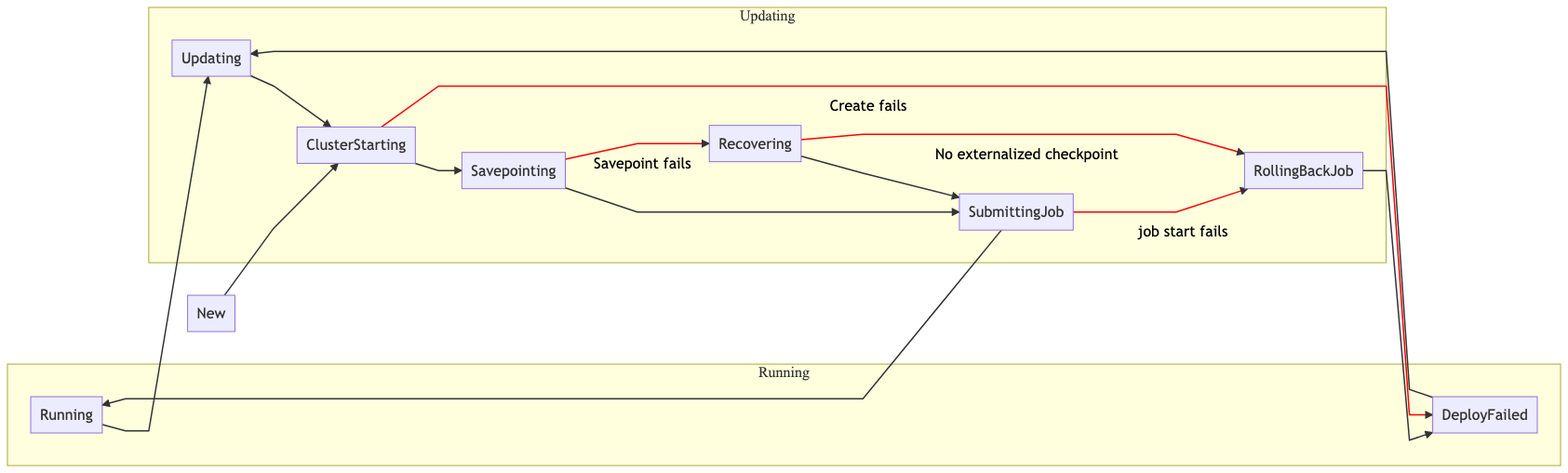
Earlier version of the Mermaid export docs/state_machine.png (lyft/flinkk8soperator). Its source is kept beside it as docs/state_machine.mmd.
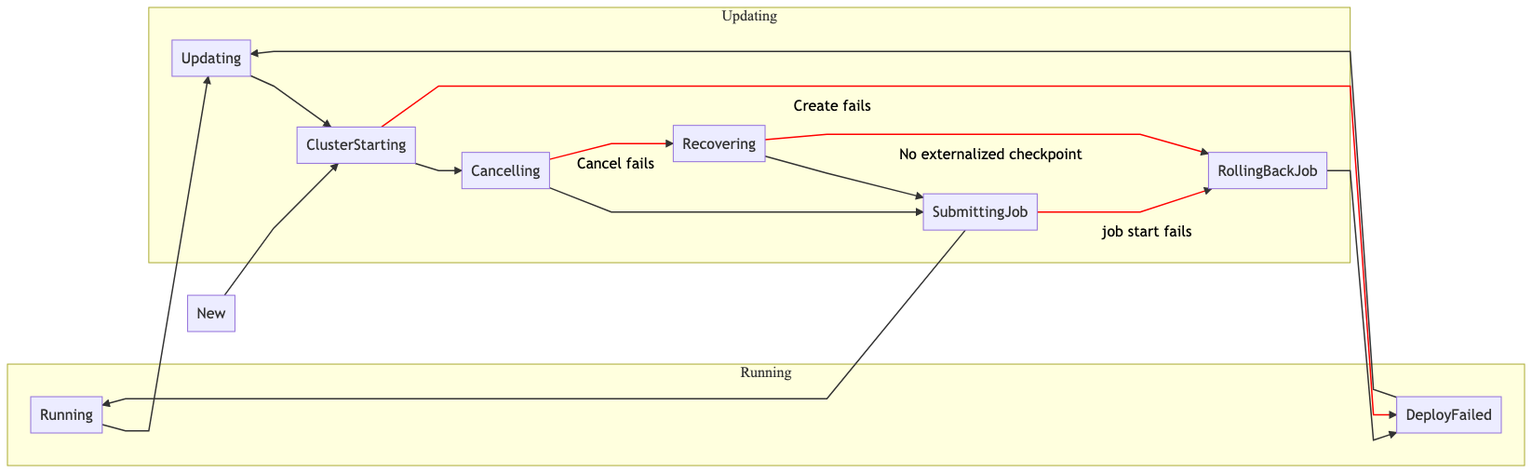
The same file after the commit.

Commit message:
allow disabling savepoint during updates

Diff of the diagram source:
```diff
@@ -12,11 +12,11 @@
 Updating --> ClusterStarting
 DeployFailed --> Updating
 
-ClusterStarting --> Savepointing
+ClusterStarting --> Cancelling
 ClusterStarting -- Create fails --> DeployFailed
 
-Savepointing --> SubmittingJob
-Savepointing -- Savepoint fails --> Recovering
+Cancelling --> SubmittingJob
+Cancelling -- Cancel fails --> Recovering
 
 Recovering --> SubmittingJob
 Recovering -- No externalized checkpoint --> RollingBackJob
```
